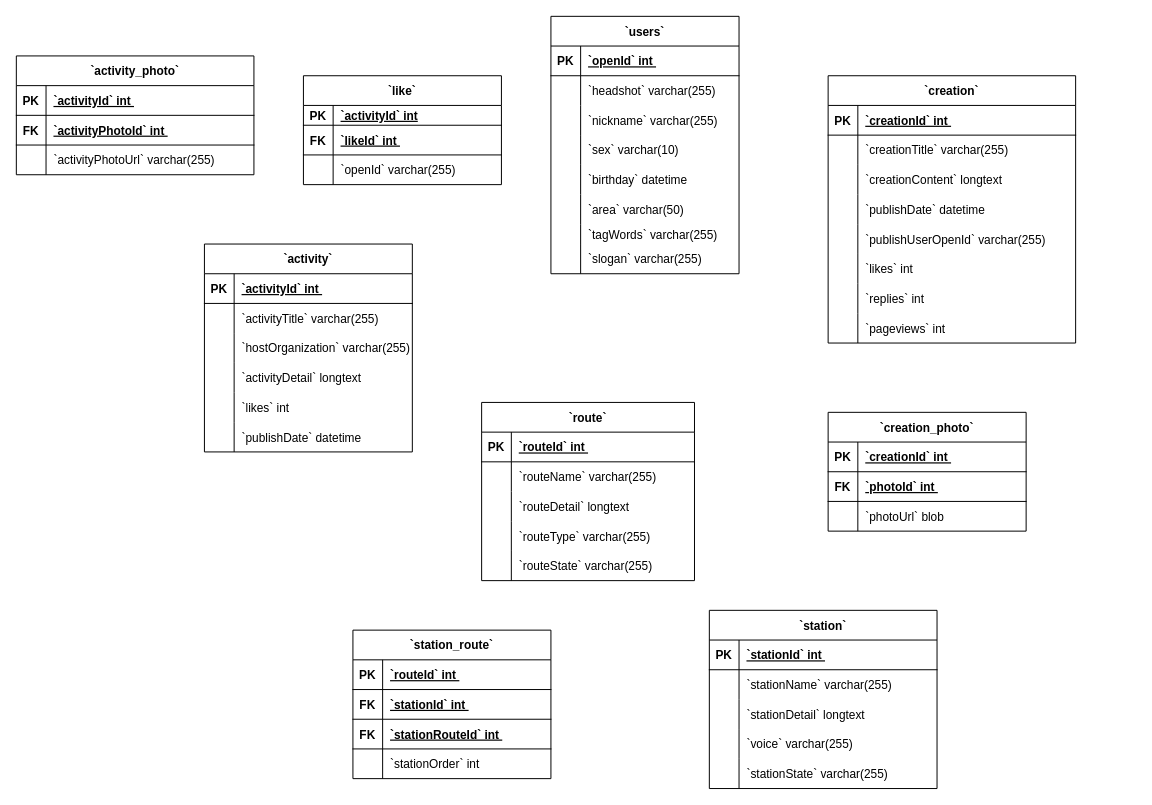
Before: cityWalk/高校版ER图.drawio in Richerlv/MyGraph, a draw.io diagram. Source tidied: cells renumbered, new cells numbered last; positions are measured from the earlier drawing's top-left corner, leaving out a move shared by most shapes. Both pictures are drawn from the tidied source at 99%, with x=0, y=0 at pixel (16, 16).
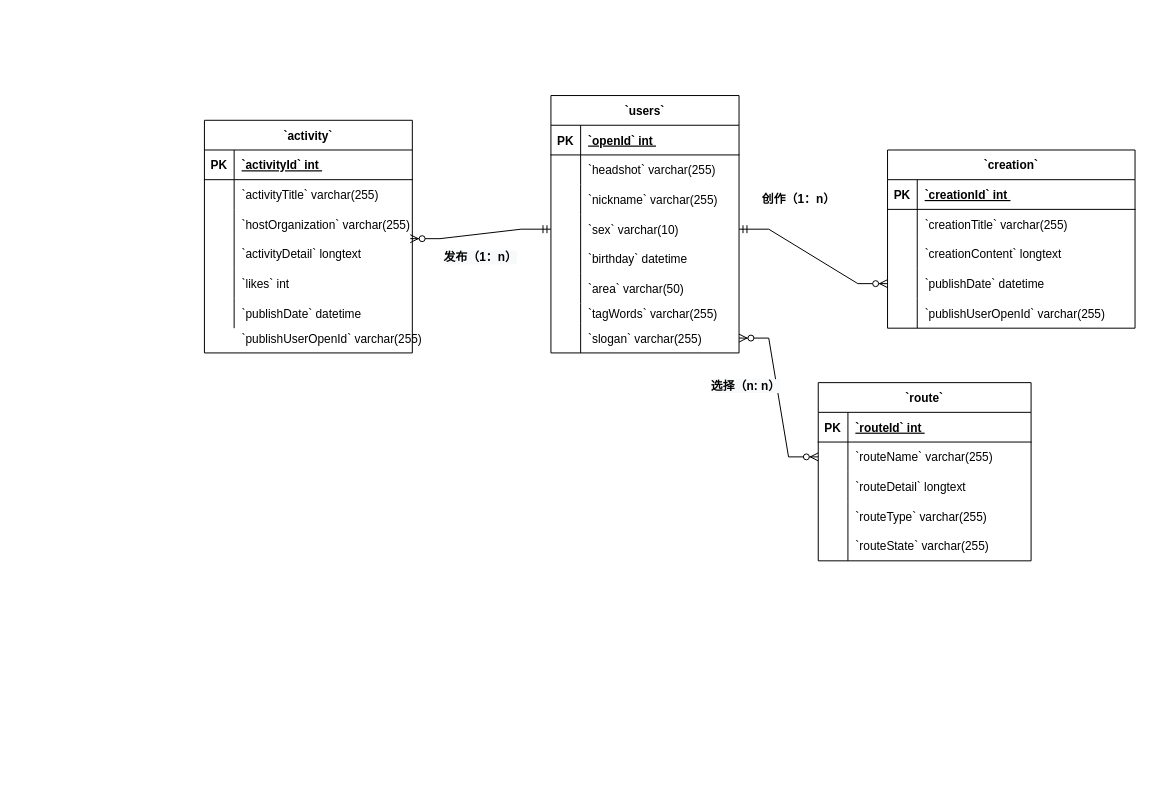
After the change.

Commit message:
更新高校版ER图.drawio

Unchanged cells that the change refers to:
```xml
<mxCell id="12" style="shape=tableRow;horizontal=0;startSize=0;swimlaneHead=0;swimlaneBody=0;fillColor=none;points=[[0,0.5],[1,0.5]];portConstraint=eastwest;top=0;left=0;right=0;bottom=0;" parent="2" vertex="1">
  <mxGeometry y="120" width="190" height="30" as="geometry" />
</mxCell>
<mxCell id="24" style="shape=tableRow;horizontal=0;startSize=0;swimlaneHead=0;swimlaneBody=0;fillColor=none;points=[[0,0.5],[1,0.5]];portConstraint=eastwest;top=0;left=0;right=0;bottom=0;" parent="2" vertex="1">
  <mxGeometry y="230" width="190" height="30" as="geometry" />
</mxCell>
<mxCell id="37" style="shape=tableRow;horizontal=0;startSize=0;swimlaneHead=0;swimlaneBody=0;fillColor=none;points=[[0,0.5],[1,0.5]];portConstraint=eastwest;top=0;left=0;right=0;bottom=0;" parent="27" vertex="1">
  <mxGeometry y="120" width="210" height="30" as="geometry" />
</mxCell>
<mxCell id="105" style="shape=tableRow;horizontal=0;startSize=0;swimlaneHead=0;swimlaneBody=0;fillColor=none;points=[[0,0.5],[1,0.5]];portConstraint=eastwest;top=0;left=0;right=0;bottom=0;" parent="101" vertex="1">
  <mxGeometry y="60" width="215" height="30" as="geometry" />
</mxCell>
```

The edit, as a diff of the source:
```diff
@@
     <mxCell id="2" value="`users`" style="shape=table;startSize=30;childLayout=tableLayout;rowLines=0;fontStyle=1;align=center;" parent="1" vertex="1">
-      <mxGeometry x="540" width="190" height="260" as="geometry" />
+      <mxGeometry x="540" y="80" width="190" height="260" as="geometry" />
     </mxCell>
@@
     <mxCell id="27" value="`activity`" style="shape=table;startSize=30;childLayout=tableLayout;rowLines=0;fontStyle=1;align=center;" parent="1" vertex="1">
-      <mxGeometry x="190" y="230" width="210" height="210" as="geometry" />
+      <mxGeometry x="190" y="105" width="210" height="235" as="geometry" />
     </mxCell>
@@
-    <mxCell id="46" value="`activity_photo`" style="shape=table;startSize=30;childLayout=tableLayout;rowLines=0;fontStyle=1;align=center;" parent="1" vertex="1">
-      <mxGeometry y="40" width="240" height="120" as="geometry" />
-    </mxCell>
-    <mxCell id="47" style="shape=tableRow;horizontal=0;startSize=0;swimlaneHead=0;swimlaneBody=0;fillColor=none;top=0;left=0;right=0;bottom=1;" parent="46" vertex="1">
-      <mxGeometry y="30" width="240" height="30" as="geometry" />
-    </mxCell>
-    <mxCell id="48" value="PK" style="shape=partialRectangle;overflow=hidden;fillColor=none;top=0;left=0;bottom=0;right=0;fontStyle=1;" parent="47" vertex="1">
-      <mxGeometry width="30" height="30" as="geometry" />
-    </mxCell>
-    <mxCell id="49" value="`activityId` int " style="shape=partialRectangle;overflow=hidden;fillColor=none;align=left;top=0;left=0;bottom=0;right=0;spacingLeft=6;fontStyle=5;" parent="47" vertex="1">
-      <mxGeometry x="30" width="210" height="30" as="geometry" />
-    </mxCell>
-    <mxCell id="50" style="shape=tableRow;horizontal=0;startSize=0;swimlaneHead=0;swimlaneBody=0;fillColor=none;top=0;left=0;right=0;bottom=1;" parent="46" vertex="1">
-      <mxGeometry y="60" width="240" height="30" as="geometry" />
-    </mxCell>
-    <mxCell id="51" value="FK" style="shape=partialRectangle;overflow=hidden;fillColor=none;top=0;left=0;bottom=0;right=0;fontStyle=1;" parent="50" vertex="1">
-      <mxGeometry width="30" height="30" as="geometry" />
-    </mxCell>
-    <mxCell id="52" value="`activityPhotoId` int " style="shape=partialRectangle;overflow=hidden;fillColor=none;align=left;top=0;left=0;bottom=0;right=0;spacingLeft=6;fontStyle=5;" parent="50" vertex="1">
-      <mxGeometry x="30" width="210" height="30" as="geometry" />
-    </mxCell>
-    <mxCell id="53" style="shape=tableRow;horizontal=0;startSize=0;swimlaneHead=0;swimlaneBody=0;fillColor=none;top=0;left=0;right=0;bottom=0;" parent="46" vertex="1">
-      <mxGeometry y="90" width="240" height="30" as="geometry" />
-    </mxCell>
-    <mxCell id="54" style="shape=partialRectangle;overflow=hidden;fillColor=none;top=0;left=0;bottom=0;right=0;" parent="53" vertex="1">
-      <mxGeometry width="30" height="30" as="geometry" />
-    </mxCell>
-    <mxCell id="55" value="`activityPhotoUrl` varchar(255) " style="shape=partialRectangle;overflow=hidden;fillColor=none;align=left;top=0;left=0;bottom=0;right=0;spacingLeft=6;" parent="53" vertex="1">
-      <mxGeometry x="30" width="210" height="30" as="geometry" />
-    </mxCell>
     <mxCell id="56" value="`creation`" style="shape=table;startSize=30;childLayout=tableLayout;rowLines=0;fontStyle=1;align=center;" parent="1" vertex="1">
-      <mxGeometry x="820" y="60" width="250" height="270" as="geometry" />
+      <mxGeometry x="880" y="135" width="250" height="180" as="geometry" />
     </mxCell>
@@
-    <mxCell id="72" style="shape=tableRow;horizontal=0;startSize=0;swimlaneHead=0;swimlaneBody=0;fillColor=none;top=0;left=0;right=0;bottom=0;" parent="56" vertex="1">
-      <mxGeometry y="180" width="250" height="30" as="geometry" />
-    </mxCell>
-    <mxCell id="73" style="shape=partialRectangle;overflow=hidden;fillColor=none;top=0;left=0;bottom=0;right=0;" parent="72" vertex="1">
-      <mxGeometry width="30" height="30" as="geometry" />
-    </mxCell>
-    <mxCell id="74" value="`likes` int " style="shape=partialRectangle;overflow=hidden;fillColor=none;align=left;top=0;left=0;bottom=0;right=0;spacingLeft=6;" parent="72" vertex="1">
-      <mxGeometry x="30" width="220" height="30" as="geometry" />
-    </mxCell>
-    <mxCell id="75" style="shape=tableRow;horizontal=0;startSize=0;swimlaneHead=0;swimlaneBody=0;fillColor=none;top=0;left=0;right=0;bottom=0;" parent="56" vertex="1">
-      <mxGeometry y="210" width="250" height="30" as="geometry" />
-    </mxCell>
-    <mxCell id="76" style="shape=partialRectangle;overflow=hidden;fillColor=none;top=0;left=0;bottom=0;right=0;" parent="75" vertex="1">
-      <mxGeometry width="30" height="30" as="geometry" />
-    </mxCell>
-    <mxCell id="77" value="`replies` int " style="shape=partialRectangle;overflow=hidden;fillColor=none;align=left;top=0;left=0;bottom=0;right=0;spacingLeft=6;" parent="75" vertex="1">
-      <mxGeometry x="30" width="220" height="30" as="geometry" />
-    </mxCell>
-    <mxCell id="78" style="shape=tableRow;horizontal=0;startSize=0;swimlaneHead=0;swimlaneBody=0;fillColor=none;top=0;left=0;right=0;bottom=0;" parent="56" vertex="1">
-      <mxGeometry y="240" width="250" height="30" as="geometry" />
-    </mxCell>
-    <mxCell id="79" style="shape=partialRectangle;overflow=hidden;fillColor=none;top=0;left=0;bottom=0;right=0;" parent="78" vertex="1">
-      <mxGeometry width="30" height="30" as="geometry" />
-    </mxCell>
-    <mxCell id="80" value="`pageviews` int " style="shape=partialRectangle;overflow=hidden;fillColor=none;align=left;top=0;left=0;bottom=0;right=0;spacingLeft=6;" parent="78" vertex="1">
-      <mxGeometry x="30" width="220" height="30" as="geometry" />
-    </mxCell>
-    <mxCell id="81" value="`creation_photo`" style="shape=table;startSize=30;childLayout=tableLayout;rowLines=0;fontStyle=1;align=center;" parent="1" vertex="1">
-      <mxGeometry x="820" y="400" width="200" height="120" as="geometry" />
-    </mxCell>
-    <mxCell id="82" style="shape=tableRow;horizontal=0;startSize=0;swimlaneHead=0;swimlaneBody=0;fillColor=none;top=0;left=0;right=0;bottom=1;" parent="81" vertex="1">
-      <mxGeometry y="30" width="200" height="30" as="geometry" />
-    </mxCell>
-    <mxCell id="83" value="PK" style="shape=partialRectangle;overflow=hidden;fillColor=none;top=0;left=0;bottom=0;right=0;fontStyle=1;" parent="82" vertex="1">
-      <mxGeometry width="30" height="30" as="geometry" />
-    </mxCell>
-    <mxCell id="84" value="`creationId` int " style="shape=partialRectangle;overflow=hidden;fillColor=none;align=left;top=0;left=0;bottom=0;right=0;spacingLeft=6;fontStyle=5;" parent="82" vertex="1">
-      <mxGeometry x="30" width="170" height="30" as="geometry" />
-    </mxCell>
-    <mxCell id="85" style="shape=tableRow;horizontal=0;startSize=0;swimlaneHead=0;swimlaneBody=0;fillColor=none;top=0;left=0;right=0;bottom=1;" parent="81" vertex="1">
-      <mxGeometry y="60" width="200" height="30" as="geometry" />
-    </mxCell>
-    <mxCell id="86" value="FK" style="shape=partialRectangle;overflow=hidden;fillColor=none;top=0;left=0;bottom=0;right=0;fontStyle=1;" parent="85" vertex="1">
-      <mxGeometry width="30" height="30" as="geometry" />
-    </mxCell>
-    <mxCell id="87" value="`photoId` int " style="shape=partialRectangle;overflow=hidden;fillColor=none;align=left;top=0;left=0;bottom=0;right=0;spacingLeft=6;fontStyle=5;" parent="85" vertex="1">
-      <mxGeometry x="30" width="170" height="30" as="geometry" />
-    </mxCell>
-    <mxCell id="88" style="shape=tableRow;horizontal=0;startSize=0;swimlaneHead=0;swimlaneBody=0;fillColor=none;top=0;left=0;right=0;bottom=0;" parent="81" vertex="1">
-      <mxGeometry y="90" width="200" height="30" as="geometry" />
-    </mxCell>
-    <mxCell id="89" style="shape=partialRectangle;overflow=hidden;fillColor=none;top=0;left=0;bottom=0;right=0;" parent="88" vertex="1">
-      <mxGeometry width="30" height="30" as="geometry" />
-    </mxCell>
-    <mxCell id="90" value="`photoUrl` blob " style="shape=partialRectangle;overflow=hidden;fillColor=none;align=left;top=0;left=0;bottom=0;right=0;spacingLeft=6;" parent="88" vertex="1">
-      <mxGeometry x="30" width="170" height="30" as="geometry" />
-    </mxCell>
-    <mxCell id="91" value="`like`" style="shape=table;startSize=30;childLayout=tableLayout;rowLines=0;fontStyle=1;align=center;" parent="1" vertex="1">
-      <mxGeometry x="290" y="60" width="200" height="110" as="geometry" />
-    </mxCell>
-    <mxCell id="92" style="shape=tableRow;horizontal=0;startSize=0;swimlaneHead=0;swimlaneBody=0;fillColor=none;top=0;left=0;right=0;bottom=1;" parent="91" vertex="1">
-      <mxGeometry y="30" width="200" height="20" as="geometry" />
-    </mxCell>
-    <mxCell id="93" value="PK" style="shape=partialRectangle;overflow=hidden;fillColor=none;top=0;left=0;bottom=0;right=0;fontStyle=1;" parent="92" vertex="1">
-      <mxGeometry width="30" height="20" as="geometry" />
-    </mxCell>
-    <mxCell id="94" value="`activityId` int" style="shape=partialRectangle;overflow=hidden;fillColor=none;align=left;top=0;left=0;bottom=0;right=0;spacingLeft=6;fontStyle=5;" parent="92" vertex="1">
-      <mxGeometry x="30" width="170" height="20" as="geometry" />
-    </mxCell>
-    <mxCell id="95" style="shape=tableRow;horizontal=0;startSize=0;swimlaneHead=0;swimlaneBody=0;fillColor=none;top=0;left=0;right=0;bottom=1;" parent="91" vertex="1">
-      <mxGeometry y="50" width="200" height="30" as="geometry" />
-    </mxCell>
-    <mxCell id="96" value="FK" style="shape=partialRectangle;overflow=hidden;fillColor=none;top=0;left=0;bottom=0;right=0;fontStyle=1;" parent="95" vertex="1">
-      <mxGeometry width="30" height="30" as="geometry" />
-    </mxCell>
-    <mxCell id="97" value="`likeId` int " style="shape=partialRectangle;overflow=hidden;fillColor=none;align=left;top=0;left=0;bottom=0;right=0;spacingLeft=6;fontStyle=5;" parent="95" vertex="1">
-      <mxGeometry x="30" width="170" height="30" as="geometry" />
-    </mxCell>
-    <mxCell id="98" style="shape=tableRow;horizontal=0;startSize=0;swimlaneHead=0;swimlaneBody=0;fillColor=none;top=0;left=0;right=0;bottom=0;" parent="91" vertex="1">
-      <mxGeometry y="80" width="200" height="30" as="geometry" />
-    </mxCell>
-    <mxCell id="99" style="shape=partialRectangle;overflow=hidden;fillColor=none;top=0;left=0;bottom=0;right=0;" parent="98" vertex="1">
-      <mxGeometry width="30" height="30" as="geometry" />
-    </mxCell>
-    <mxCell id="100" value="`openId` varchar(255) " style="shape=partialRectangle;overflow=hidden;fillColor=none;align=left;top=0;left=0;bottom=0;right=0;spacingLeft=6;" parent="98" vertex="1">
-      <mxGeometry x="30" width="170" height="30" as="geometry" />
-    </mxCell>
     <mxCell id="101" value="`route`" style="shape=table;startSize=30;childLayout=tableLayout;rowLines=0;fontStyle=1;align=center;" parent="1" vertex="1">
-      <mxGeometry x="470" y="390" width="215" height="180" as="geometry" />
+      <mxGeometry x="810" y="370" width="215" height="180" as="geometry" />
     </mxCell>
@@
-    <mxCell id="117" value="`station_route`" style="shape=table;startSize=30;childLayout=tableLayout;rowLines=0;fontStyle=1;align=center;" parent="1" vertex="1">
-      <mxGeometry x="340" y="620" width="200" height="150" as="geometry" />
-    </mxCell>
-    <mxCell id="118" style="shape=tableRow;horizontal=0;startSize=0;swimlaneHead=0;swimlaneBody=0;fillColor=none;top=0;left=0;right=0;bottom=1;" parent="117" vertex="1">
-      <mxGeometry y="30" width="200" height="30" as="geometry" />
-    </mxCell>
-    <mxCell id="119" value="PK" style="shape=partialRectangle;overflow=hidden;fillColor=none;top=0;left=0;bottom=0;right=0;fontStyle=1;" parent="118" vertex="1">
-      <mxGeometry width="30" height="30" as="geometry" />
-    </mxCell>
-    <mxCell id="120" value="`routeId` int " style="shape=partialRectangle;overflow=hidden;fillColor=none;align=left;top=0;left=0;bottom=0;right=0;spacingLeft=6;fontStyle=5;" parent="118" vertex="1">
-      <mxGeometry x="30" width="170" height="30" as="geometry" />
-    </mxCell>
-    <mxCell id="121" style="shape=tableRow;horizontal=0;startSize=0;swimlaneHead=0;swimlaneBody=0;fillColor=none;top=0;left=0;right=0;bottom=1;" parent="117" vertex="1">
-      <mxGeometry y="60" width="200" height="30" as="geometry" />
-    </mxCell>
-    <mxCell id="122" value="FK" style="shape=partialRectangle;overflow=hidden;fillColor=none;top=0;left=0;bottom=0;right=0;fontStyle=1;" parent="121" vertex="1">
-      <mxGeometry width="30" height="30" as="geometry" />
-    </mxCell>
-    <mxCell id="123" value="`stationId` int " style="shape=partialRectangle;overflow=hidden;fillColor=none;align=left;top=0;left=0;bottom=0;right=0;spacingLeft=6;fontStyle=5;" parent="121" vertex="1">
-      <mxGeometry x="30" width="170" height="30" as="geometry" />
-    </mxCell>
-    <mxCell id="124" style="shape=tableRow;horizontal=0;startSize=0;swimlaneHead=0;swimlaneBody=0;fillColor=none;top=0;left=0;right=0;bottom=1;" parent="117" vertex="1">
-      <mxGeometry y="90" width="200" height="30" as="geometry" />
-    </mxCell>
-    <mxCell id="125" value="FK" style="shape=partialRectangle;overflow=hidden;fillColor=none;top=0;left=0;bottom=0;right=0;fontStyle=1;" parent="124" vertex="1">
-      <mxGeometry width="30" height="30" as="geometry" />
-    </mxCell>
-    <mxCell id="126" value="`stationRouteId` int " style="shape=partialRectangle;overflow=hidden;fillColor=none;align=left;top=0;left=0;bottom=0;right=0;spacingLeft=6;fontStyle=5;" parent="124" vertex="1">
-      <mxGeometry x="30" width="170" height="30" as="geometry" />
-    </mxCell>
-    <mxCell id="127" style="shape=tableRow;horizontal=0;startSize=0;swimlaneHead=0;swimlaneBody=0;fillColor=none;top=0;left=0;right=0;bottom=0;" parent="117" vertex="1">
-      <mxGeometry y="120" width="200" height="30" as="geometry" />
-    </mxCell>
-    <mxCell id="128" style="shape=partialRectangle;overflow=hidden;fillColor=none;top=0;left=0;bottom=0;right=0;" parent="127" vertex="1">
-      <mxGeometry width="30" height="30" as="geometry" />
-    </mxCell>
-    <mxCell id="129" value="`stationOrder` int " style="shape=partialRectangle;overflow=hidden;fillColor=none;align=left;top=0;left=0;bottom=0;right=0;spacingLeft=6;" parent="127" vertex="1">
-      <mxGeometry x="30" width="170" height="30" as="geometry" />
-    </mxCell>
-    <mxCell id="130" value="`station`" style="shape=table;startSize=30;childLayout=tableLayout;rowLines=0;fontStyle=1;align=center;" parent="1" vertex="1">
-      <mxGeometry x="700" y="600" width="230" height="180" as="geometry" />
-    </mxCell>
-    <mxCell id="131" style="shape=tableRow;horizontal=0;startSize=0;swimlaneHead=0;swimlaneBody=0;fillColor=none;top=0;left=0;right=0;bottom=1;" parent="130" vertex="1">
-      <mxGeometry y="30" width="230" height="30" as="geometry" />
-    </mxCell>
-    <mxCell id="132" value="PK" style="shape=partialRectangle;overflow=hidden;fillColor=none;top=0;left=0;bottom=0;right=0;fontStyle=1;" parent="131" vertex="1">
-      <mxGeometry width="30" height="30" as="geometry" />
-    </mxCell>
-    <mxCell id="133" value="`stationId` int " style="shape=partialRectangle;overflow=hidden;fillColor=none;align=left;top=0;left=0;bottom=0;right=0;spacingLeft=6;fontStyle=5;" parent="131" vertex="1">
-      <mxGeometry x="30" width="200" height="30" as="geometry" />
-    </mxCell>
-    <mxCell id="134" style="shape=tableRow;horizontal=0;startSize=0;swimlaneHead=0;swimlaneBody=0;fillColor=none;top=0;left=0;right=0;bottom=0;" parent="130" vertex="1">
-      <mxGeometry y="60" width="230" height="30" as="geometry" />
-    </mxCell>
-    <mxCell id="135" style="shape=partialRectangle;overflow=hidden;fillColor=none;top=0;left=0;bottom=0;right=0;" parent="134" vertex="1">
-      <mxGeometry width="30" height="30" as="geometry" />
-    </mxCell>
-    <mxCell id="136" value="`stationName` varchar(255) " style="shape=partialRectangle;overflow=hidden;fillColor=none;align=left;top=0;left=0;bottom=0;right=0;spacingLeft=6;" parent="134" vertex="1">
-      <mxGeometry x="30" width="200" height="30" as="geometry" />
-    </mxCell>
-    <mxCell id="137" style="shape=tableRow;horizontal=0;startSize=0;swimlaneHead=0;swimlaneBody=0;fillColor=none;top=0;left=0;right=0;bottom=0;" parent="130" vertex="1">
-      <mxGeometry y="90" width="230" height="30" as="geometry" />
-    </mxCell>
-    <mxCell id="138" style="shape=partialRectangle;overflow=hidden;fillColor=none;top=0;left=0;bottom=0;right=0;" parent="137" vertex="1">
-      <mxGeometry width="30" height="30" as="geometry" />
-    </mxCell>
-    <mxCell id="139" value="`stationDetail` longtext " style="shape=partialRectangle;overflow=hidden;fillColor=none;align=left;top=0;left=0;bottom=0;right=0;spacingLeft=6;" parent="137" vertex="1">
-      <mxGeometry x="30" width="200" height="30" as="geometry" />
-    </mxCell>
-    <mxCell id="140" style="shape=tableRow;horizontal=0;startSize=0;swimlaneHead=0;swimlaneBody=0;fillColor=none;top=0;left=0;right=0;bottom=0;" parent="130" vertex="1">
-      <mxGeometry y="120" width="230" height="30" as="geometry" />
-    </mxCell>
-    <mxCell id="141" style="shape=partialRectangle;overflow=hidden;fillColor=none;top=0;left=0;bottom=0;right=0;" parent="140" vertex="1">
-      <mxGeometry width="30" height="30" as="geometry" />
-    </mxCell>
-    <mxCell id="142" value="`voice` varchar(255) " style="shape=partialRectangle;overflow=hidden;fillColor=none;align=left;top=0;left=0;bottom=0;right=0;spacingLeft=6;" parent="140" vertex="1">
-      <mxGeometry x="30" width="200" height="30" as="geometry" />
-    </mxCell>
-    <mxCell id="143" style="shape=tableRow;horizontal=0;startSize=0;swimlaneHead=0;swimlaneBody=0;fillColor=none;top=0;left=0;right=0;bottom=0;" parent="130" vertex="1">
-      <mxGeometry y="150" width="230" height="30" as="geometry" />
-    </mxCell>
-    <mxCell id="144" style="shape=partialRectangle;overflow=hidden;fillColor=none;top=0;left=0;bottom=0;right=0;" parent="143" vertex="1">
-      <mxGeometry width="30" height="30" as="geometry" />
-    </mxCell>
-    <mxCell id="145" value="`stationState` varchar(255) " style="shape=partialRectangle;overflow=hidden;fillColor=none;align=left;top=0;left=0;bottom=0;right=0;spacingLeft=6;" parent="143" vertex="1">
-      <mxGeometry x="30" width="200" height="30" as="geometry" />
-    </mxCell>
+    <mxCell id="146" style="edgeStyle=entityRelationEdgeStyle;fontSize=12;html=1;endArrow=ERzeroToMany;startArrow=ERmandOne;rounded=0;exitX=1;exitY=0.5;exitDx=0;exitDy=0;" parent="1" edge="1" source="12">
+      <mxGeometry relative="1" as="geometry">
+        <mxPoint x="880" y="270" as="targetPoint" />
+      </mxGeometry>
+    </mxCell>
+    <mxCell id="147" style="edgeStyle=entityRelationEdgeStyle;fontSize=12;html=1;endArrow=ERzeroToMany;startArrow=ERmandOne;rounded=0;exitX=0;exitY=0.5;exitDx=0;exitDy=0;entryX=0.99;entryY=-0.014;entryDx=0;entryDy=0;entryPerimeter=0;" parent="1" edge="1" source="12" target="37">
+      <mxGeometry relative="1" as="geometry" />
+    </mxCell>
+    <mxCell id="148" style="edgeStyle=entityRelationEdgeStyle;fontSize=12;html=1;endArrow=ERzeroToMany;endFill=1;startArrow=ERzeroToMany;rounded=0;entryX=0;entryY=0.5;entryDx=0;entryDy=0;" parent="1" edge="1" source="24" target="105">
+      <mxGeometry relative="1" as="geometry" />
+    </mxCell>
+    <mxCell id="149" value="&lt;b&gt;创作（1：n）&lt;/b&gt;" style="text;html=1;align=center;verticalAlign=middle;fillColor=none;strokeColor=none;rounded=0;" parent="1" vertex="1">
+      <mxGeometry x="740" y="170" width="100" height="30" as="geometry" />
+    </mxCell>
+    <mxCell id="150" value="&lt;b style=&quot;color: rgb(0, 0, 0); font-family: Helvetica; font-size: 12px; font-style: normal; font-variant-ligatures: normal; font-variant-caps: normal; letter-spacing: normal; orphans: 2; text-align: center; text-indent: 0px; text-transform: none; widows: 2; word-spacing: 0px; -webkit-text-stroke-width: 0px; background-color: rgb(248, 249, 250); text-decoration-thickness: initial; text-decoration-style: initial; text-decoration-color: initial;&quot;&gt;发布（1：n）&lt;/b&gt;" style="text;whiteSpace=wrap;html=1;" parent="1" vertex="1">
+      <mxGeometry x="430" y="230" width="110" height="40" as="geometry" />
+    </mxCell>
+    <mxCell id="151" value="&lt;b style=&quot;color: rgb(0, 0, 0); font-family: Helvetica; font-size: 12px; font-style: normal; font-variant-ligatures: normal; font-variant-caps: normal; letter-spacing: normal; orphans: 2; text-align: center; text-indent: 0px; text-transform: none; widows: 2; word-spacing: 0px; -webkit-text-stroke-width: 0px; background-color: rgb(248, 249, 250); text-decoration-thickness: initial; text-decoration-style: initial; text-decoration-color: initial;&quot;&gt;选择（n: n）&lt;/b&gt;" style="text;whiteSpace=wrap;html=1;" parent="1" vertex="1">
+      <mxGeometry x="700" y="360" width="110" height="40" as="geometry" />
+    </mxCell>
+    <mxCell id="152" style="shape=tableRow;horizontal=0;startSize=0;swimlaneHead=0;swimlaneBody=0;fillColor=none;top=0;left=0;right=0;bottom=0;" parent="1" vertex="1">
+      <mxGeometry x="190" y="310" width="220" height="30" as="geometry" />
+    </mxCell>
+    <mxCell id="153" style="shape=partialRectangle;overflow=hidden;fillColor=none;top=0;left=0;bottom=0;right=0;" parent="152" vertex="1">
+      <mxGeometry width="30" height="30" as="geometry" />
+    </mxCell>
+    <mxCell id="154" value="`publishUserOpenId` varchar(255) " style="shape=partialRectangle;overflow=hidden;fillColor=none;align=left;top=0;left=0;bottom=0;right=0;spacingLeft=6;" parent="152" vertex="1">
+      <mxGeometry x="30" width="190" height="30" as="geometry" />
+    </mxCell>
```
